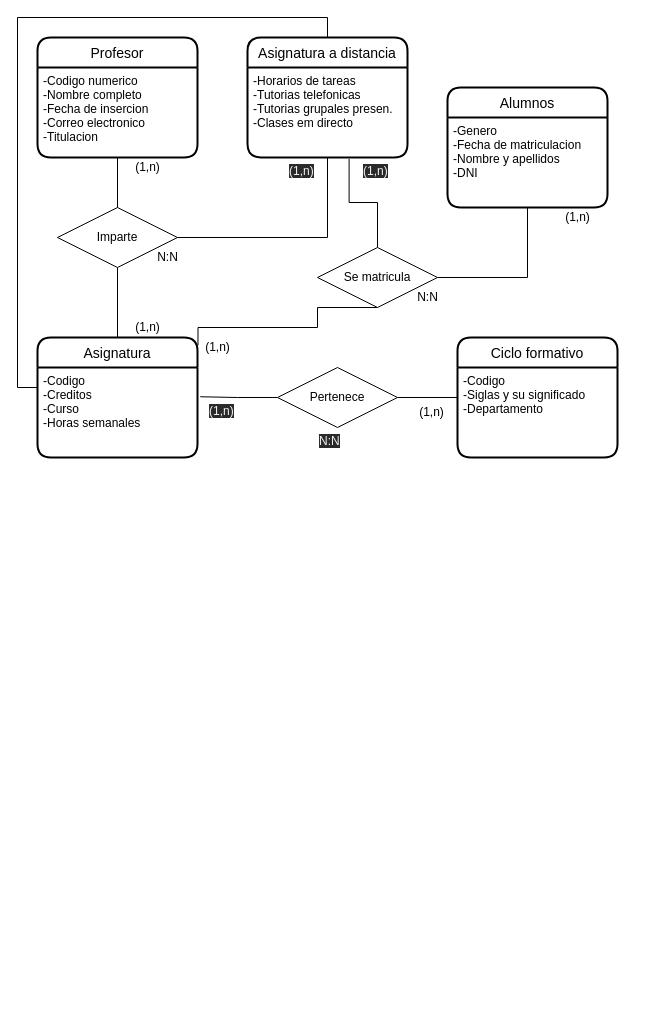
Guzmansrz/lenguajeDeMarcas keeps this draw.io diagram as DAW_BBDD_T2_A3_Guzman_SuarezAlvarez.drawio. Above is the earlier version. Source tidied: cells renumbered, new cells numbered last; positions are measured from the earlier drawing's top-left corner, leaving out a move shared by most shapes. Both pictures are drawn from the tidied source at 100%, with x=0, y=0 at pixel (17, 17).
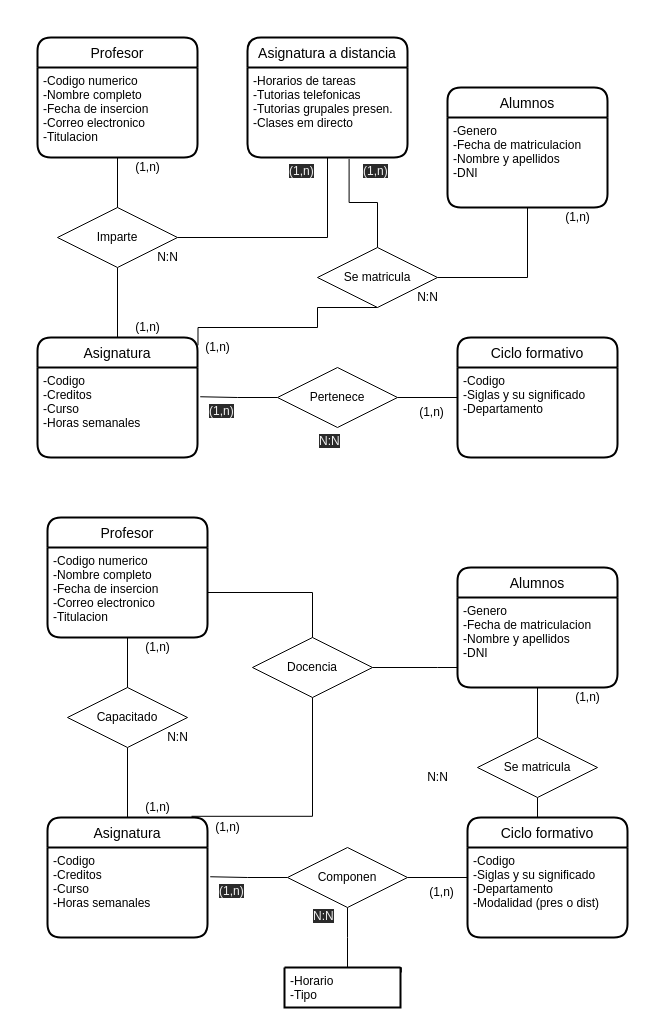
The same page after the edit.

Change to the diagram source:
```diff
@@
-    <mxCell id="23" style="edgeStyle=orthogonalEdgeStyle;rounded=0;orthogonalLoop=1;jettySize=auto;html=1;endArrow=none;endFill=0;" parent="1" edge="1">
-      <mxGeometry relative="1" as="geometry">
-        <mxPoint x="310" y="20" as="sourcePoint" />
-        <mxPoint x="20" y="370" as="targetPoint" />
-        <Array as="points">
-          <mxPoint x="310" />
-          <mxPoint />
-          <mxPoint y="370" />
-        </Array>
-      </mxGeometry>
-    </mxCell>
@@
+    <mxCell id="35" value="Profesor" style="swimlane;horizontal=1;startSize=30;rounded=1;fontSize=14;fontStyle=0;strokeWidth=2;shadow=0;dashed=0;align=center;" parent="1" vertex="1">
+      <mxGeometry x="30" y="500" width="160" height="120" as="geometry" />
+    </mxCell>
+    <mxCell id="36" value="-Codigo numerico&#10;-Nombre completo&#10;-Fecha de insercion&#10;-Correo electronico&#10;-Titulacion" style="align=left;strokeColor=none;fillColor=none;spacingLeft=4;fontSize=12;verticalAlign=top;" parent="35" vertex="1">
+      <mxGeometry y="30" width="160" height="90" as="geometry" />
+    </mxCell>
+    <mxCell id="37" value="Asignatura" style="swimlane;horizontal=1;startSize=30;rounded=1;fontSize=14;fontStyle=0;strokeWidth=2;shadow=0;dashed=0;align=center;" parent="1" vertex="1">
+      <mxGeometry x="30" y="800" width="160" height="120" as="geometry" />
+    </mxCell>
+    <mxCell id="38" value="-Codigo&#10;-Creditos&#10;-Curso&#10;-Horas semanales" style="align=left;strokeColor=none;fillColor=none;spacingLeft=4;fontSize=12;verticalAlign=top;" parent="37" vertex="1">
+      <mxGeometry y="30" width="160" height="90" as="geometry" />
+    </mxCell>
+    <mxCell id="39" value="Alumnos" style="swimlane;horizontal=1;startSize=30;rounded=1;fontSize=14;fontStyle=0;strokeWidth=2;shadow=0;dashed=0;align=center;" parent="1" vertex="1">
+      <mxGeometry x="440" y="550" width="160" height="120" as="geometry" />
+    </mxCell>
+    <mxCell id="40" value="-Genero&#10;-Fecha de matriculacion&#10;-Nombre y apellidos&#10;-DNI" style="align=left;strokeColor=none;fillColor=none;spacingLeft=4;fontSize=12;verticalAlign=top;" parent="39" vertex="1">
+      <mxGeometry y="30" width="160" height="90" as="geometry" />
+    </mxCell>
+    <mxCell id="41" value="Ciclo formativo" style="swimlane;horizontal=1;startSize=30;rounded=1;fontSize=14;fontStyle=0;strokeWidth=2;shadow=0;dashed=0;align=center;" parent="1" vertex="1">
+      <mxGeometry x="450" y="800" width="160" height="120" as="geometry" />
+    </mxCell>
+    <mxCell id="42" value="-Codigo&#10;-Siglas y su significado&#10;-Departamento&#10;-Modalidad (pres o dist)" style="align=left;strokeColor=none;fillColor=none;spacingLeft=4;fontSize=12;verticalAlign=top;" parent="41" vertex="1">
+      <mxGeometry y="30" width="160" height="90" as="geometry" />
+    </mxCell>
+    <mxCell id="43" style="edgeStyle=orthogonalEdgeStyle;rounded=0;jettySize=auto;html=1;entryX=0.5;entryY=0;entryDx=0;entryDy=0;endArrow=none;endFill=0;" parent="1" edge="1" source="44" target="37">
+      <mxGeometry relative="1" as="geometry" />
+    </mxCell>
+    <mxCell id="44" value="Capacitado" style="shape=rhombus;perimeter=rhombusPerimeter;whiteSpace=wrap;html=1;align=center;" parent="1" vertex="1">
+      <mxGeometry x="50" y="670" width="120" height="60" as="geometry" />
+    </mxCell>
+    <mxCell id="45" style="edgeStyle=orthogonalEdgeStyle;rounded=0;jettySize=auto;html=1;entryX=0.5;entryY=0;entryDx=0;entryDy=0;endArrow=none;endFill=0;" parent="1" edge="1" source="36" target="44">
+      <mxGeometry relative="1" as="geometry" />
+    </mxCell>
+    <mxCell id="46" style="edgeStyle=orthogonalEdgeStyle;rounded=0;jettySize=auto;html=1;entryX=1.017;entryY=0.325;entryDx=0;entryDy=0;entryPerimeter=0;endArrow=none;endFill=0;" parent="1" edge="1" source="49" target="38">
+      <mxGeometry relative="1" as="geometry" />
+    </mxCell>
+    <mxCell id="47" style="edgeStyle=orthogonalEdgeStyle;rounded=0;jettySize=auto;html=1;exitX=1;exitY=0.5;exitDx=0;exitDy=0;entryX=0;entryY=0.5;entryDx=0;entryDy=0;endArrow=none;endFill=0;" parent="1" edge="1" source="49" target="41">
+      <mxGeometry relative="1" as="geometry" />
+    </mxCell>
+    <mxCell id="48" style="edgeStyle=orthogonalEdgeStyle;rounded=0;jettySize=auto;html=1;endArrow=none;endFill=0;" parent="1" edge="1" source="49">
+      <mxGeometry relative="1" as="geometry">
+        <mxPoint x="330" y="950" as="targetPoint" />
+      </mxGeometry>
+    </mxCell>
+    <mxCell id="49" value="Componen" style="shape=rhombus;perimeter=rhombusPerimeter;whiteSpace=wrap;html=1;align=center;" parent="1" vertex="1">
+      <mxGeometry x="270" y="830" width="120" height="60" as="geometry" />
+    </mxCell>
+    <mxCell id="50" style="edgeStyle=orthogonalEdgeStyle;rounded=0;jettySize=auto;html=1;entryX=0.5;entryY=1;entryDx=0;entryDy=0;endArrow=none;endFill=0;" parent="1" edge="1" source="52" target="40">
+      <mxGeometry relative="1" as="geometry">
+        <Array as="points">
+          <mxPoint x="520" y="740" />
+        </Array>
+      </mxGeometry>
+    </mxCell>
+    <mxCell id="51" style="edgeStyle=orthogonalEdgeStyle;rounded=0;jettySize=auto;html=1;entryX=0.5;entryY=0;entryDx=0;entryDy=0;endArrow=none;endFill=0;" parent="1" edge="1" source="52" target="41">
+      <mxGeometry relative="1" as="geometry" />
+    </mxCell>
+    <mxCell id="52" value="Se matricula" style="shape=rhombus;perimeter=rhombusPerimeter;whiteSpace=wrap;html=1;align=center;" parent="1" vertex="1">
+      <mxGeometry x="460" y="720" width="120" height="60" as="geometry" />
+    </mxCell>
+    <mxCell id="53" value="(1,n)" style="text;html=1;align=center;verticalAlign=middle;strokeColor=none;" parent="1" vertex="1">
+      <mxGeometry x="120" y="620" width="40" height="20" as="geometry" />
+    </mxCell>
+    <mxCell id="54" value="(1,n)" style="text;html=1;align=center;verticalAlign=middle;strokeColor=none;" parent="1" vertex="1">
+      <mxGeometry x="120" y="780" width="40" height="20" as="geometry" />
+    </mxCell>
+    <mxCell id="55" value="N:N" style="text;html=1;align=center;verticalAlign=middle;strokeColor=none;" parent="1" vertex="1">
+      <mxGeometry x="140" y="710" width="40" height="20" as="geometry" />
+    </mxCell>
+    <mxCell id="56" value="(1,n)" style="text;html=1;align=center;verticalAlign=middle;strokeColor=none;" parent="1" vertex="1">
+      <mxGeometry x="550" y="670" width="40" height="20" as="geometry" />
+    </mxCell>
+    <mxCell id="57" value="(1,n)" style="text;html=1;align=center;verticalAlign=middle;strokeColor=none;" parent="1" vertex="1">
+      <mxGeometry x="190" y="800" width="40" height="20" as="geometry" />
+    </mxCell>
+    <mxCell id="58" value="N:N" style="text;html=1;align=center;verticalAlign=middle;strokeColor=none;" parent="1" vertex="1">
+      <mxGeometry x="400" y="750" width="40" height="20" as="geometry" />
+    </mxCell>
+    <mxCell id="59" value="&lt;span style=&quot;color: rgb(240, 240, 240); font-family: helvetica; font-size: 12px; font-style: normal; font-weight: 400; letter-spacing: normal; text-align: center; text-indent: 0px; text-transform: none; word-spacing: 0px; background-color: rgb(42, 42, 42); display: inline; float: none;&quot;&gt;(1,n)&lt;/span&gt;" style="text;whiteSpace=wrap;html=1;" parent="1" vertex="1">
+      <mxGeometry x="200" y="860" width="50" height="30" as="geometry" />
+    </mxCell>
+    <mxCell id="60" value="(1,n)" style="text;html=1;align=center;verticalAlign=middle;strokeColor=none;" parent="1" vertex="1">
+      <mxGeometry x="404" y="865" width="40" height="20" as="geometry" />
+    </mxCell>
+    <mxCell id="61" value="&lt;span style=&quot;color: rgb(240, 240, 240); font-family: helvetica; font-size: 12px; font-style: normal; font-weight: 400; letter-spacing: normal; text-align: center; text-indent: 0px; text-transform: none; word-spacing: 0px; background-color: rgb(42, 42, 42); display: inline; float: none;&quot;&gt;N:N&lt;/span&gt;" style="text;whiteSpace=wrap;html=1;" parent="1" vertex="1">
+      <mxGeometry x="294" y="885" width="50" height="30" as="geometry" />
+    </mxCell>
+    <mxCell id="62" style="edgeStyle=orthogonalEdgeStyle;rounded=0;jettySize=auto;html=1;entryX=0.9;entryY=-0.01;entryDx=0;entryDy=0;entryPerimeter=0;endArrow=none;endFill=0;" parent="1" edge="1" source="63" target="37">
+      <mxGeometry relative="1" as="geometry">
+        <Array as="points">
+          <mxPoint x="295" y="799" />
+        </Array>
+      </mxGeometry>
+    </mxCell>
+    <mxCell id="63" value="Docencia" style="shape=rhombus;perimeter=rhombusPerimeter;whiteSpace=wrap;html=1;align=center;" parent="1" vertex="1">
+      <mxGeometry x="235" y="620" width="120" height="60" as="geometry" />
+    </mxCell>
+    <mxCell id="64" style="edgeStyle=orthogonalEdgeStyle;rounded=0;jettySize=auto;html=1;entryX=0.5;entryY=0;entryDx=0;entryDy=0;endArrow=none;endFill=0;" parent="1" edge="1" source="36" target="63">
+      <mxGeometry relative="1" as="geometry" />
+    </mxCell>
+    <mxCell id="65" style="edgeStyle=orthogonalEdgeStyle;rounded=0;jettySize=auto;html=1;entryX=1;entryY=0.5;entryDx=0;entryDy=0;endArrow=none;endFill=0;" parent="1" edge="1" source="40" target="63">
+      <mxGeometry relative="1" as="geometry">
+        <Array as="points">
+          <mxPoint x="420" y="650" />
+          <mxPoint x="420" y="650" />
+        </Array>
+      </mxGeometry>
+    </mxCell>
+    <mxCell id="66" style="swimlane;horizontal=1;startSize=0;rounded=1;fontSize=14;fontStyle=0;strokeWidth=2;shadow=0;dashed=0;align=center;" parent="1" vertex="1">
+      <mxGeometry x="267" y="950" width="116" height="40" as="geometry" />
+    </mxCell>
+    <mxCell id="67" style="edgeStyle=orthogonalEdgeStyle;rounded=0;jettySize=auto;html=1;exitX=0.75;exitY=0;exitDx=0;exitDy=0;entryX=1.007;entryY=0.125;entryDx=0;entryDy=0;entryPerimeter=0;endArrow=none;endFill=0;" parent="66" edge="1" source="68" target="66">
+      <mxGeometry relative="1" as="geometry" />
+    </mxCell>
+    <mxCell id="68" value="-Horario&#10;-Tipo" style="align=left;strokeColor=none;fillColor=none;spacingLeft=4;fontSize=12;verticalAlign=top;" parent="66" vertex="1">
+      <mxGeometry width="116" height="40" as="geometry" />
+    </mxCell>
```
